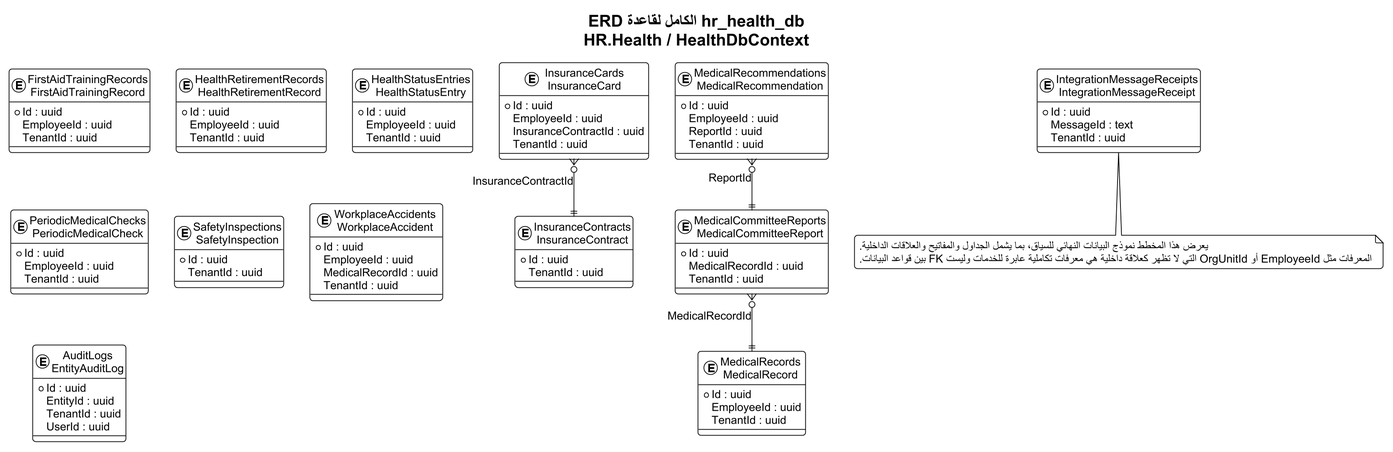
Before: docs/thesis_diagrams/database_erdds/rendered/09_health.png, a diagram exported from PlantUML (omardefdev/HRManagement). Source of this version:
```plantuml
@startuml
!theme plain
skinparam backgroundColor #FFFFFF
skinparam defaultFontName Arial
skinparam defaultFontSize 15
skinparam shadowing false
skinparam roundcorner 8
skinparam linetype ortho
skinparam dpi 170
skinparam EntityBorderColor #0F6B73
skinparam EntityBackgroundColor #F4FAFA
top to bottom direction
title "ERD الكامل لقاعدة hr_health_db\nHR.Health / HealthDbContext"

entity "FirstAidTrainingRecords\nFirstAidTrainingRecord" as T01 {
  * Id : uuid
    EmployeeId : uuid
    TenantId : uuid
}
entity "HealthRetirementRecords\nHealthRetirementRecord" as T02 {
  * Id : uuid
    EmployeeId : uuid
    TenantId : uuid
}
entity "HealthStatusEntries\nHealthStatusEntry" as T03 {
  * Id : uuid
    EmployeeId : uuid
    TenantId : uuid
}
entity "InsuranceCards\nInsuranceCard" as T04 {
  * Id : uuid
    EmployeeId : uuid
    InsuranceContractId : uuid
    TenantId : uuid
}
entity "InsuranceContracts\nInsuranceContract" as T05 {
  * Id : uuid
    TenantId : uuid
}
entity "MedicalCommitteeReports\nMedicalCommitteeReport" as T06 {
  * Id : uuid
    MedicalRecordId : uuid
    TenantId : uuid
}
entity "MedicalRecommendations\nMedicalRecommendation" as T07 {
  * Id : uuid
    EmployeeId : uuid
    ReportId : uuid
    TenantId : uuid
}
entity "MedicalRecords\nMedicalRecord" as T08 {
  * Id : uuid
    EmployeeId : uuid
    TenantId : uuid
}
entity "PeriodicMedicalChecks\nPeriodicMedicalCheck" as T09 {
  * Id : uuid
    EmployeeId : uuid
    TenantId : uuid
}
entity "SafetyInspections\nSafetyInspection" as T10 {
  * Id : uuid
    TenantId : uuid
}
entity "WorkplaceAccidents\nWorkplaceAccident" as T11 {
  * Id : uuid
    EmployeeId : uuid
    MedicalRecordId : uuid
    TenantId : uuid
}
entity "AuditLogs\nEntityAuditLog" as T12 {
  * Id : uuid
    EntityId : uuid
    TenantId : uuid
    UserId : uuid
}
entity "IntegrationMessageReceipts\nIntegrationMessageReceipt" as T13 {
  * Id : uuid
    MessageId : text
    TenantId : uuid
}

T04 }o--|| T05 : InsuranceContractId
T06 }o--|| T08 : MedicalRecordId
T07 }o--|| T06 : ReportId

note bottom
يعرض هذا المخطط نموذج البيانات النهائي للسياق، بما يشمل الجداول والمفاتيح والعلاقات الداخلية.
المعرفات مثل EmployeeId أو OrgUnitId التي لا تظهر كعلاقة داخلية هي معرفات تكاملية عابرة للخدمات وليست FK بين قواعد البيانات.
end note
@enduml
```
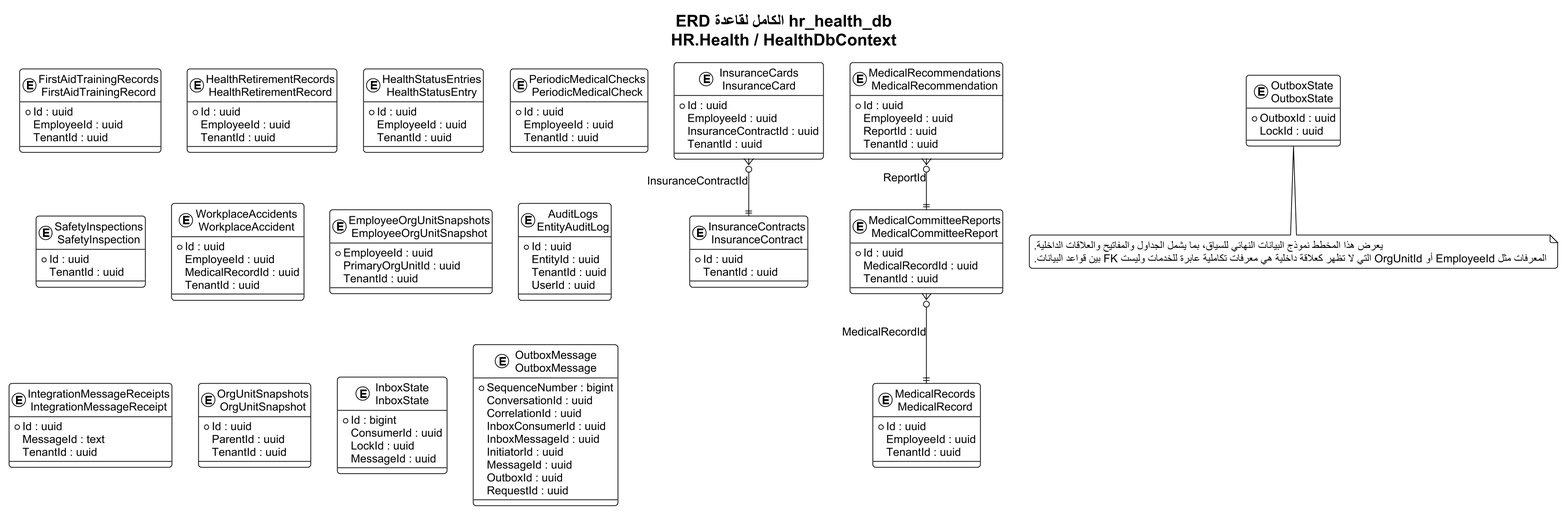
Above is the later version.

The edit, as a diff of the source:
```diff
@@ -68,16 +68,47 @@
     MedicalRecordId : uuid
     TenantId : uuid
 }
-entity "AuditLogs\nEntityAuditLog" as T12 {
+entity "EmployeeOrgUnitSnapshots\nEmployeeOrgUnitSnapshot" as T12 {
+  * EmployeeId : uuid
+    PrimaryOrgUnitId : uuid
+    TenantId : uuid
+}
+entity "AuditLogs\nEntityAuditLog" as T13 {
   * Id : uuid
     EntityId : uuid
     TenantId : uuid
     UserId : uuid
 }
-entity "IntegrationMessageReceipts\nIntegrationMessageReceipt" as T13 {
+entity "IntegrationMessageReceipts\nIntegrationMessageReceipt" as T14 {
   * Id : uuid
     MessageId : text
     TenantId : uuid
+}
+entity "OrgUnitSnapshots\nOrgUnitSnapshot" as T15 {
+  * Id : uuid
+    ParentId : uuid
+    TenantId : uuid
+}
+entity "InboxState\nInboxState" as T16 {
+  * Id : bigint
+    ConsumerId : uuid
+    LockId : uuid
+    MessageId : uuid
+}
+entity "OutboxMessage\nOutboxMessage" as T17 {
+  * SequenceNumber : bigint
+    ConversationId : uuid
+    CorrelationId : uuid
+    InboxConsumerId : uuid
+    InboxMessageId : uuid
+    InitiatorId : uuid
+    MessageId : uuid
+    OutboxId : uuid
+    RequestId : uuid
+}
+entity "OutboxState\nOutboxState" as T18 {
+  * OutboxId : uuid
+    LockId : uuid
 }
 
 T04 }o--|| T05 : InsuranceContractId
```
